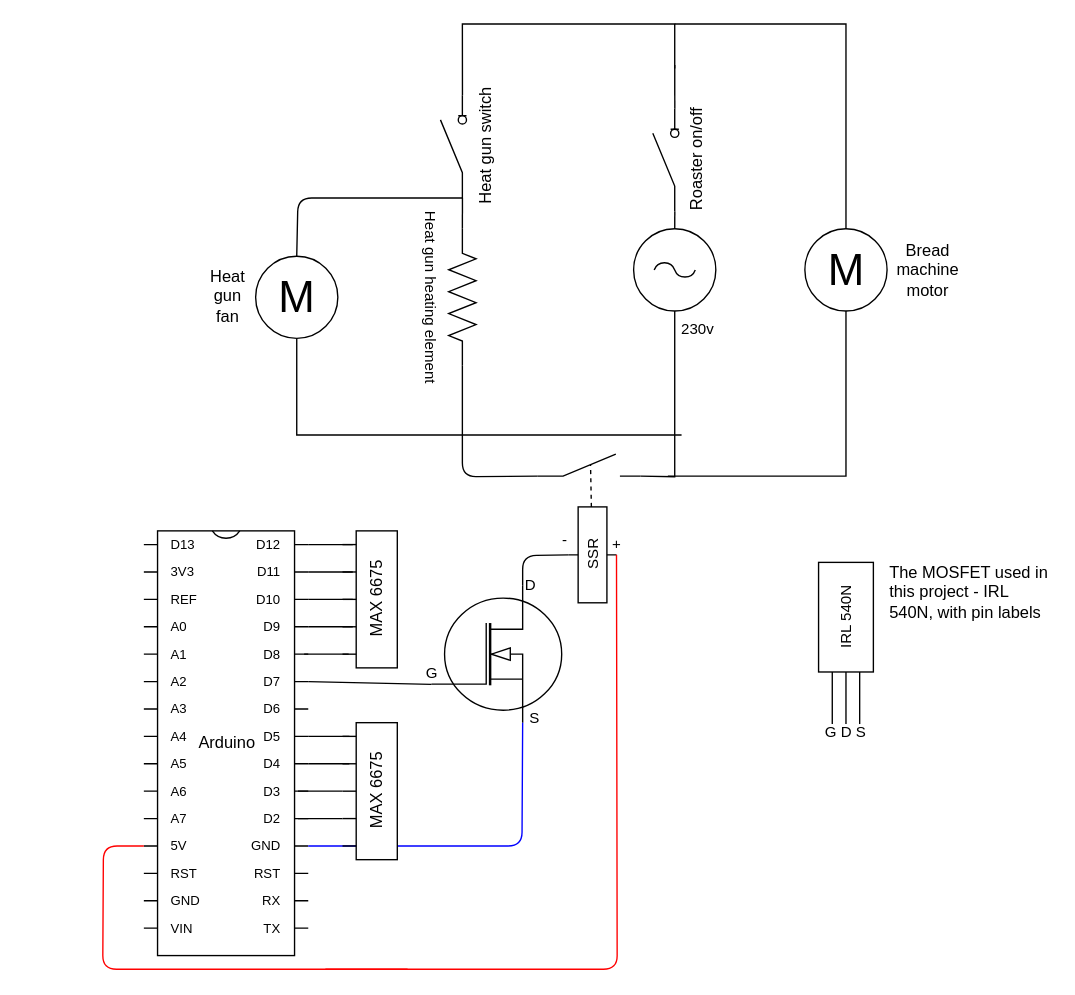
Earlier version of the draw.io diagram schematics/Roaster.drawio (hallgeirl/coffee-roaster). Source tidied: cells renumbered, new cells numbered last; positions are measured from the earlier drawing's top-left corner, leaving out a move shared by most shapes. Both pictures are drawn from the tidied source at 137%, with x=0, y=0 at pixel (103, 23).
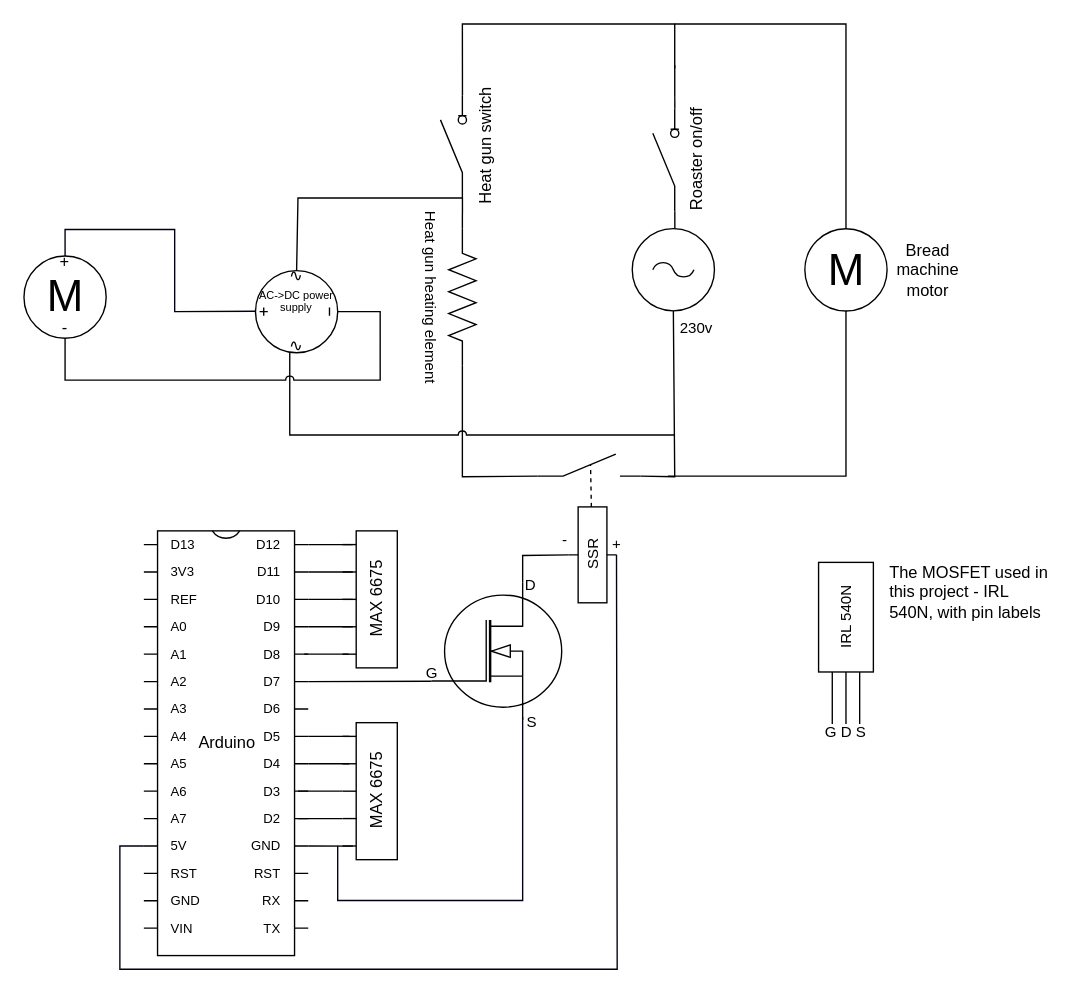
Above is the later version.

The change refers to these unchanged cells:
```xml
<mxCell id="2" value="Arduino" style="shadow=0;dashed=0;align=center;fillColor=#ffffff;html=1;strokeWidth=1;shape=mxgraph.electrical.logic_gates.dual_inline_ic;labelNames=D13,3V3,REF,A0,A1,A2,A3,A4,A5,A6,A7,5V,RST,GND,VIN,TX,RX,RST,GND,D2,D3,D4,D5,D6,D7,D8,D9,D10,D11,D12;pinSpacing=20;labelCount=30;pinLabelType=cust;" parent="1" vertex="1">
  <mxGeometry x="29.5" y="370" width="120" height="310" as="geometry" />
</mxCell>
<mxCell id="6" value="MAX 6675" style="rounded=0;whiteSpace=wrap;html=1;horizontal=0;align=center;" parent="5" vertex="1">
  <mxGeometry x="10" width="30" height="100" as="geometry" />
</mxCell>
<mxCell id="25" value="SSR&lt;br&gt;" style="verticalLabelPosition=middle;shadow=0;dashed=0;align=center;fillColor=#ffffff;html=1;verticalAlign=middle;strokeWidth=1;shape=mxgraph.electrical.electro-mechanical.relay_coil;fontSize=11;horizontal=1;labelPosition=center;fontColor=#000000;rotation=-90;" parent="1" vertex="1">
  <mxGeometry x="322" y="370" width="70" height="35" as="geometry" />
</mxCell>
<mxCell id="26" style="verticalLabelPosition=bottom;shadow=0;dashed=0;align=center;fillColor=#ffffff;html=1;verticalAlign=top;strokeWidth=1;shape=mxgraph.electrical.electro-mechanical.make_contact;fontSize=11;" parent="1" vertex="1">
  <mxGeometry x="317" y="314" width="75" height="16" as="geometry" />
</mxCell>
<mxCell id="32" value="&lt;font color=&quot;#000000&quot;&gt;Heat gun heating element&lt;/font&gt;" style="verticalLabelPosition=bottom;shadow=0;dashed=0;align=center;fillColor=#ffffff;html=1;verticalAlign=top;strokeWidth=1;shape=mxgraph.electrical.resistors.resistor_2;fontSize=11;fontColor=#FF0000;rotation=90;" parent="1" vertex="1">
  <mxGeometry x="212" y="189.4" width="100" height="20" as="geometry" />
</mxCell>
<mxCell id="53" value="M" style="verticalLabelPosition=middle;shadow=0;dashed=0;align=center;fillColor=#ffffff;html=1;verticalAlign=middle;strokeWidth=1;shape=ellipse;fontSize=32;fontColor=#000000;perimeter=ellipsePerimeter;" parent="1" vertex="1">
  <mxGeometry x="512" y="149.5" width="60" height="60" as="geometry" />
</mxCell>
<mxCell id="54" value="Heat gun switch" style="verticalLabelPosition=bottom;shadow=0;dashed=0;align=center;fillColor=#ffffff;html=1;verticalAlign=top;strokeWidth=1;shape=mxgraph.electrical.electro-mechanical.switch_disconnector;rotation=-90;" parent="1" vertex="1">
  <mxGeometry x="218" y="80" width="75" height="19" as="geometry" />
</mxCell>
```

What changed in the source:
```diff
@@
     <mxCell id="3" style="verticalLabelPosition=bottom;shadow=0;dashed=0;align=center;fillColor=#ffffff;html=1;verticalAlign=top;strokeWidth=1;shape=mxgraph.electrical.mosfets1.n-channel_mosfet_1;" parent="1" vertex="1">
-      <mxGeometry x="239.5" y="410" width="95" height="100" as="geometry" />
+      <mxGeometry x="239.5" y="407.8" width="95" height="100" as="geometry" />
     </mxCell>
-    <mxCell id="4" style="endArrow=none;html=1;fontSize=11;exitX=1;exitY=0;exitDx=0;exitDy=230;exitPerimeter=0;entryX=0.7;entryY=1;entryDx=0;entryDy=0;entryPerimeter=0;strokeColor=#0000FF;" parent="1" edge="1" source="2" target="3">
-      <mxGeometry relative="1" as="geometry">
-        <Array as="points">
-          <mxPoint x="305.5" y="600" />
-        </Array>
-      </mxGeometry>
+    <mxCell id="4" style="endArrow=none;html=1;fontSize=11;exitX=1;exitY=0;exitDx=0;exitDy=230;exitPerimeter=0;rounded=0;entryX=-0.08;entryY=0.901;entryDx=0;entryDy=0;entryPerimeter=0;" parent="1" edge="1" source="2" target="6">
+      <mxGeometry relative="1" as="geometry" />
     </mxCell>
@@
-    <mxCell id="13" style="endArrow=none;html=1;fontSize=11;entryX=0;entryY=0;entryDx=0;entryDy=230;entryPerimeter=0;fontColor=#FF0000;strokeColor=#FF0000;" parent="1" edge="1" target="2">
-      <mxGeometry relative="1" as="geometry">
-        <mxPoint x="222" y="690" as="sourcePoint" />
-        <Array as="points">
-          <mxPoint x="192" y="690" />
-          <mxPoint x="169.5" y="690" />
-          <mxPoint x="-0.5" y="690" />
-          <mxPoint y="600" />
-        </Array>
-      </mxGeometry>
-    </mxCell>
@@
     <mxCell id="24" value="230v" style="verticalLabelPosition=bottom;shadow=0;dashed=0;align=right;fillColor=#ffffff;html=1;verticalAlign=top;strokeWidth=1;shape=mxgraph.electrical.signal_sources.ac_source;fontSize=11;" parent="1" vertex="1">
-      <mxGeometry x="387" y="149.5" width="60" height="60" as="geometry" />
+      <mxGeometry x="386" y="149.4" width="60" height="60" as="geometry" />
     </mxCell>
@@
-    <mxCell id="30" style="endArrow=none;html=1;fontSize=11;entryX=0.5;entryY=0;entryDx=0;entryDy=0;entryPerimeter=0;exitX=0.7;exitY=0;exitDx=0;exitDy=0;exitPerimeter=0;" parent="1" edge="1" source="3" target="25">
+    <mxCell id="30" style="endArrow=none;html=1;fontSize=11;entryX=0.5;entryY=0;entryDx=0;entryDy=0;entryPerimeter=0;exitX=0.7;exitY=0;exitDx=0;exitDy=0;exitPerimeter=0;rounded=0;" parent="1" edge="1" source="3" target="25">
       <mxGeometry relative="1" as="geometry">
         <Array as="points">
           <mxPoint x="306" y="388" />
         </Array>
       </mxGeometry>
     </mxCell>
@@
-    <mxCell id="33" style="endArrow=none;html=1;strokeColor=#000000;fontSize=11;fontColor=#FF0000;entryX=0.5;entryY=1;entryDx=0;entryDy=0;entryPerimeter=0;exitX=1;exitY=1;exitDx=0;exitDy=0;exitPerimeter=0;rounded=0;" parent="1" edge="1" source="26" target="24">
+    <mxCell id="33" style="endArrow=none;html=1;strokeColor=#000000;fontSize=11;fontColor=#FF0000;entryX=0.5;entryY=1;entryDx=0;entryDy=0;entryPerimeter=0;exitX=1;exitY=1;exitDx=0;exitDy=0;exitPerimeter=0;rounded=0;jumpStyle=none;" parent="1" edge="1">
       <mxGeometry relative="1" as="geometry">
+        <mxPoint x="392" y="330" as="sourcePoint" />
+        <mxPoint x="416" y="209.4" as="targetPoint" />
         <Array as="points">
           <mxPoint x="417" y="330.5" />
         </Array>
       </mxGeometry>
     </mxCell>
@@
-    <mxCell id="35" style="endArrow=none;html=1;strokeColor=#000000;fontSize=11;fontColor=#FF0000;entryX=1;entryY=0.5;entryDx=0;entryDy=0;entryPerimeter=0;exitX=0;exitY=1;exitDx=0;exitDy=0;exitPerimeter=0;" parent="1" edge="1" source="26" target="32">
+    <mxCell id="35" style="endArrow=none;html=1;strokeColor=#000000;fontSize=11;fontColor=#FF0000;entryX=1;entryY=0.5;entryDx=0;entryDy=0;entryPerimeter=0;exitX=0;exitY=1;exitDx=0;exitDy=0;exitPerimeter=0;rounded=0;" parent="1" edge="1" source="26" target="32">
       <mxGeometry relative="1" as="geometry">
         <Array as="points">
           <mxPoint x="262" y="330.5" />
         </Array>
       </mxGeometry>
     </mxCell>
@@
-    <mxCell id="37" style="endArrow=none;html=1;strokeColor=#FF0000;fontSize=11;fontColor=#FF0000;entryX=0.5;entryY=1;entryDx=0;entryDy=0;entryPerimeter=0;" parent="1" edge="1" target="25">
+    <mxCell id="37" style="endArrow=none;html=1;fontSize=11;fontColor=#FF0000;entryX=0.5;entryY=1;entryDx=0;entryDy=0;entryPerimeter=0;rounded=0;strokeColor=#000012;exitX=0;exitY=0;exitDx=0;exitDy=230;exitPerimeter=0;" parent="1" edge="1" source="2" target="25">
       <mxGeometry relative="1" as="geometry">
-        <mxPoint x="162" y="690" as="sourcePoint" />
         <Array as="points">
+          <mxPoint x="12" y="600" />
+          <mxPoint x="12" y="690" />
           <mxPoint x="375" y="690" />
         </Array>
       </mxGeometry>
     </mxCell>
@@
     <mxCell id="43" value="S" style="text;html=1;strokeColor=none;fillColor=none;align=center;verticalAlign=middle;whiteSpace=wrap;rounded=0;fontSize=11;fontColor=#000000;" parent="1" vertex="1">
-      <mxGeometry x="294.5" y="497.3" width="40" height="20" as="geometry" />
+      <mxGeometry x="293" y="500" width="40" height="20" as="geometry" />
     </mxCell>
@@
-    <mxCell id="57" style="endArrow=none;html=1;entryX=0.5;entryY=1;entryDx=0;entryDy=0;rounded=0;" parent="1" edge="1" target="53">
+    <mxCell id="57" style="endArrow=none;html=1;entryX=0.5;entryY=1;entryDx=0;entryDy=0;rounded=0;" parent="1" edge="1">
       <mxGeometry relative="1" as="geometry">
         <mxPoint x="412" y="330" as="sourcePoint" />
+        <mxPoint x="542" y="209.5" as="targetPoint" />
         <Array as="points">
           <mxPoint x="542" y="330" />
         </Array>
       </mxGeometry>
     </mxCell>
@@
-    <mxCell id="59" style="edgeStyle=orthogonalEdgeStyle;rounded=0;jettySize=auto;html=1;exitX=0.5;exitY=1;exitDx=0;exitDy=0;endArrow=none;endFill=0;" parent="1" edge="1" source="60">
+    <mxCell id="59" style="edgeStyle=orthogonalEdgeStyle;rounded=0;orthogonalLoop=1;jettySize=auto;html=1;exitX=0.5;exitY=1;exitDx=0;exitDy=0;endArrow=none;endFill=0;jumpStyle=arc;" parent="1" edge="1">
       <mxGeometry relative="1" as="geometry">
-        <mxPoint x="422" y="300" as="targetPoint" />
+        <mxPoint x="136" y="240" as="sourcePoint" />
+        <mxPoint x="417" y="300" as="targetPoint" />
         <Array as="points">
-          <mxPoint x="141" y="300" />
+          <mxPoint x="136" y="300" />
         </Array>
       </mxGeometry>
     </mxCell>
-    <mxCell id="60" value="M" style="verticalLabelPosition=middle;shadow=0;dashed=0;align=center;fillColor=#ffffff;html=1;verticalAlign=middle;strokeWidth=1;shape=ellipse;fontSize=32;fontColor=#000000;perimeter=ellipsePerimeter;" parent="1" vertex="1">
-      <mxGeometry x="111.1" y="169.5" width="60" height="60" as="geometry" />
-    </mxCell>
@@
-    <mxCell id="62" style="endArrow=none;html=1;entryX=0;entryY=0.845;entryDx=0;entryDy=0;entryPerimeter=0;exitX=0.5;exitY=0;exitDx=0;exitDy=0;" parent="1" edge="1" source="60" target="54">
+    <mxCell id="62" style="endArrow=none;html=1;entryX=0;entryY=0.845;entryDx=0;entryDy=0;entryPerimeter=0;exitX=0.5;exitY=0;exitDx=0;exitDy=0;rounded=0;" parent="1" edge="1" target="54">
       <mxGeometry relative="1" as="geometry">
+        <mxPoint x="141" y="180" as="sourcePoint" />
         <Array as="points">
           <mxPoint x="142" y="127" />
         </Array>
       </mxGeometry>
     </mxCell>
+    <mxCell id="60" value="M" style="verticalLabelPosition=middle;shadow=0;dashed=0;align=center;fillColor=#ffffff;html=1;verticalAlign=middle;strokeWidth=1;shape=ellipse;fontSize=32;fontColor=#000000;perimeter=ellipsePerimeter;" parent="1" vertex="1">
+      <mxGeometry x="-58" y="169.4" width="60" height="60" as="geometry" />
+    </mxCell>
+    <mxCell id="64" style="group;" parent="1" vertex="1">
+      <mxGeometry x="111" y="179.4" width="60" height="60.6" as="geometry" />
+    </mxCell>
+    <mxCell id="65" style="verticalLabelPosition=bottom;shadow=0;dashed=0;align=center;html=1;verticalAlign=top;shape=mxgraph.electrical.signal_sources.dc_source_3_v2;rotation=-90;" parent="64" vertex="1">
+      <mxGeometry y="0.6" width="60" height="60" as="geometry" />
+    </mxCell>
+    <mxCell id="66" value="∿" style="text;html=1;strokeColor=none;fillColor=none;align=center;verticalAlign=middle;whiteSpace=wrap;rounded=0;" parent="64" vertex="1">
+      <mxGeometry x="25" width="10" height="10" as="geometry" />
+    </mxCell>
+    <mxCell id="67" value="∿" style="text;html=1;strokeColor=none;fillColor=none;align=center;verticalAlign=middle;whiteSpace=wrap;rounded=0;" parent="64" vertex="1">
+      <mxGeometry x="25" y="50.6" width="10" height="10" as="geometry" />
+    </mxCell>
-    <mxCell id="63" value="Heat gun fan" style="text;html=1;strokeColor=none;fillColor=none;align=center;verticalAlign=middle;whiteSpace=wrap;rounded=0;" parent="1" vertex="1">
-      <mxGeometry x="71" y="189" width="40" height="20" as="geometry" />
+    <mxCell id="63" value="&lt;div style=&quot;font-size: 8px&quot;&gt;AC-&amp;gt;DC power supply&lt;/div&gt;&lt;div&gt;&lt;br&gt;&lt;/div&gt;" style="text;html=1;strokeColor=none;fillColor=none;align=center;verticalAlign=middle;whiteSpace=wrap;rounded=0;" parent="64" vertex="1">
+      <mxGeometry y="25.3" width="60" height="10" as="geometry" />
     </mxCell>
+    <mxCell id="68" style="endArrow=none;html=1;entryX=0.5;entryY=1;entryDx=0;entryDy=0;rounded=0;jumpStyle=arc;exitX=0.5;exitY=1;exitDx=0;exitDy=0;" parent="1" edge="1" source="60" target="65">
+      <mxGeometry relative="1" as="geometry">
+        <Array as="points">
+          <mxPoint x="-28" y="260" />
+          <mxPoint x="202" y="260" />
+          <mxPoint x="202" y="210" />
+        </Array>
+      </mxGeometry>
+    </mxCell>
+    <mxCell id="69" style="endArrow=none;html=1;strokeColor=#000012;rounded=0;" parent="1" edge="1">
+      <mxGeometry relative="1" as="geometry">
+        <mxPoint x="306" y="506" as="sourcePoint" />
+        <mxPoint x="171" y="599.8" as="targetPoint" />
+        <Array as="points">
+          <mxPoint x="306" y="639.8" />
+          <mxPoint x="171" y="639.8" />
+        </Array>
+      </mxGeometry>
+    </mxCell>
+    <mxCell id="70" style="endArrow=none;html=1;strokeColor=#000012;entryX=0;entryY=0.5;entryDx=0;entryDy=0;rounded=0;exitX=0.5;exitY=0;exitDx=0;exitDy=0;" parent="1" edge="1" source="60" target="63">
+      <mxGeometry relative="1" as="geometry">
+        <Array as="points">
+          <mxPoint x="-28" y="150" />
+          <mxPoint x="52" y="150" />
+          <mxPoint x="52" y="210" />
+        </Array>
+      </mxGeometry>
+    </mxCell>
+    <mxCell id="71" value="+" style="text;html=1;strokeColor=none;fillColor=none;align=center;verticalAlign=middle;whiteSpace=wrap;rounded=0;" parent="1" vertex="1">
+      <mxGeometry x="-48" y="164.4" width="40" height="20" as="geometry" />
+    </mxCell>
+    <mxCell id="72" value="-" style="text;html=1;strokeColor=none;fillColor=none;align=center;verticalAlign=middle;whiteSpace=wrap;rounded=0;" parent="1" vertex="1">
+      <mxGeometry x="-48" y="212.4" width="40" height="20" as="geometry" />
+    </mxCell>
```
